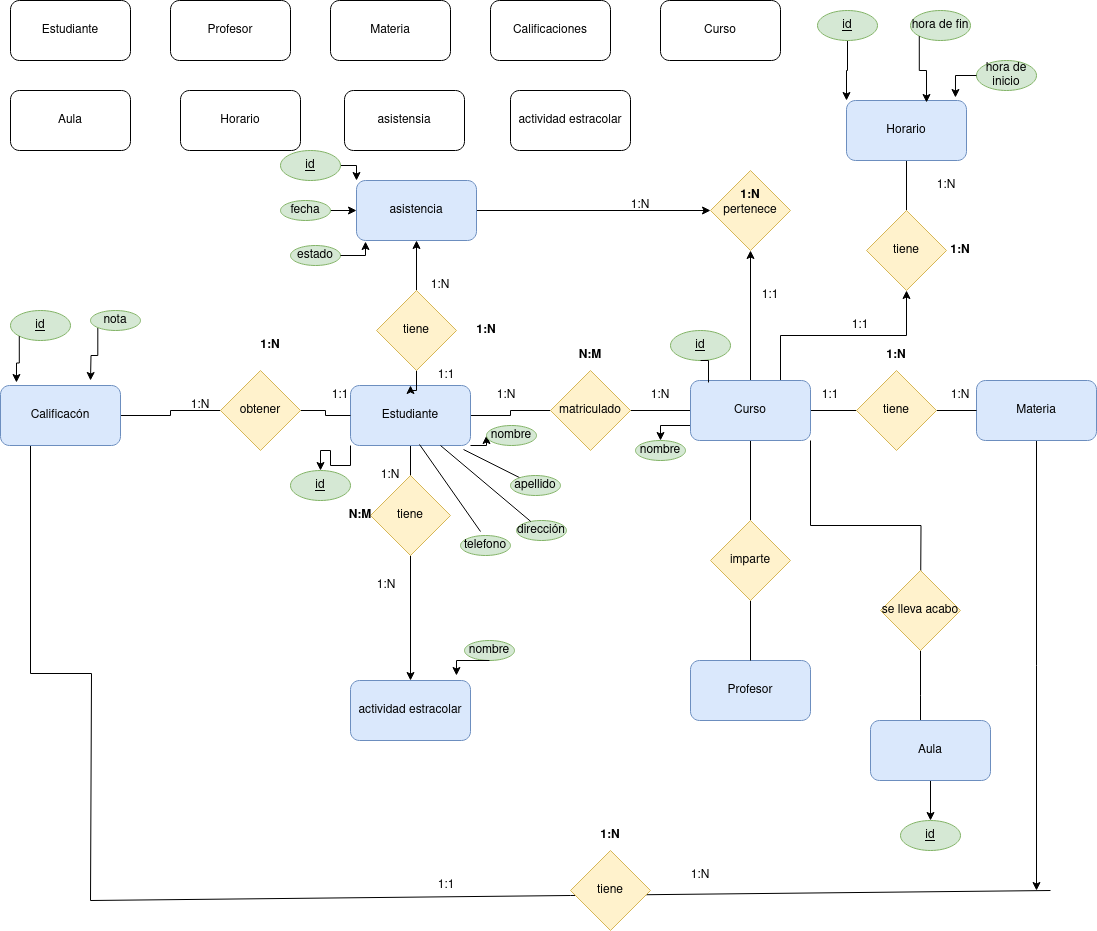
Earlier version of the draw.io export Unidad1/tareas/tarea2/Diagrama sin título.drawio.png (lalayond/base-datos-). Source tidied: cells renumbered, new cells last; positions are measured from the earlier drawing's top-left corner, leaving out a move shared by most shapes.
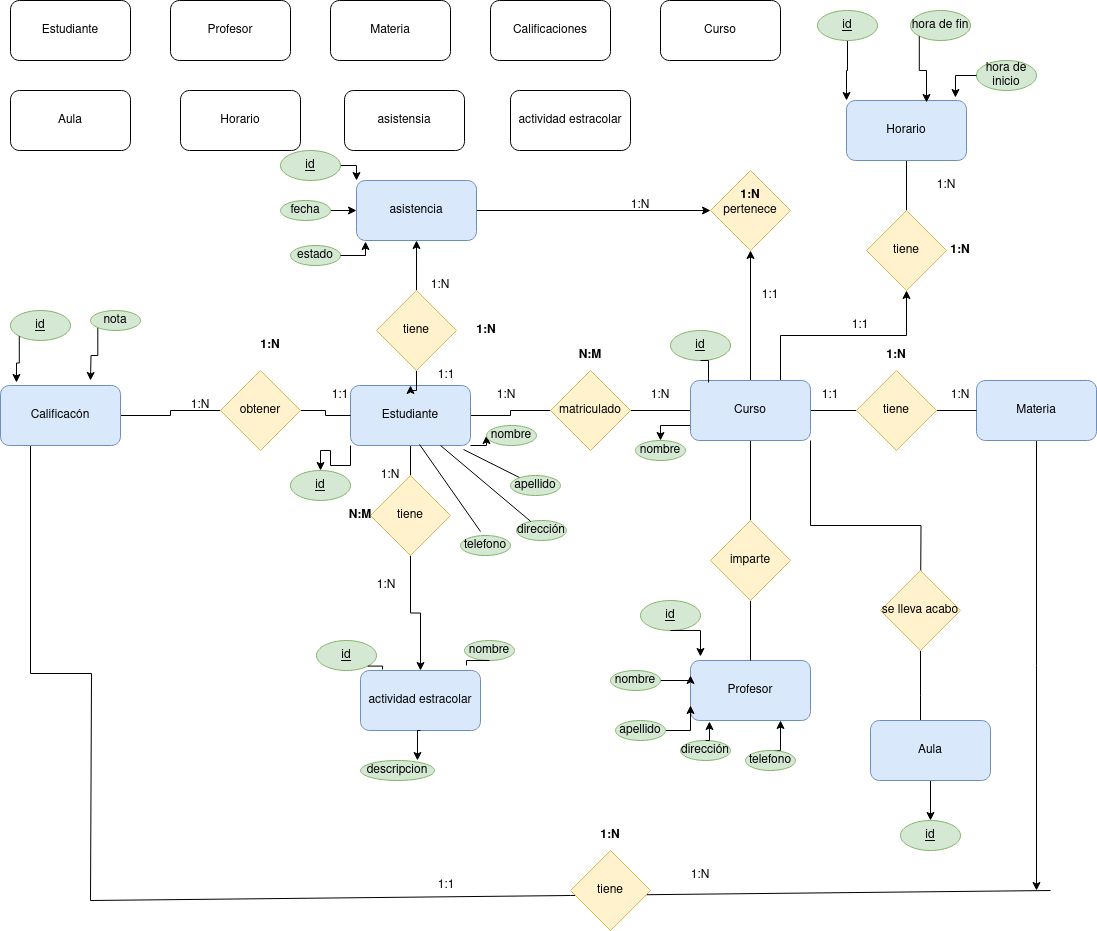
Above is the later version.

What changed in the source:
```diff
@@ -147,7 +147,7 @@
       <mxGeometry x="560" y="340" width="60" height="30" as="geometry" />
     </mxCell>
     <mxCell id="46" value="actividad estracolar" style="rounded=1;whiteSpace=wrap;html=1;fillColor=#dae8fc;strokeColor=#6c8ebf;" parent="1" vertex="1">
-      <mxGeometry x="350" y="680" width="120" height="60" as="geometry" />
+      <mxGeometry x="360" y="670" width="120" height="60" as="geometry" />
     </mxCell>
     <mxCell id="47" style="edgeStyle=orthogonalEdgeStyle;rounded=0;jettySize=auto;html=1;exitX=0.5;exitY=1;exitDx=0;exitDy=0;" parent="1" edge="1" source="48" target="46">
       <mxGeometry relative="1" as="geometry" />
@@ -343,8 +343,50 @@
     <mxCell id="107" value="nombre" style="ellipse;whiteSpace=wrap;html=1;fillColor=#d5e8d4;strokeColor=#82b366;" parent="1" vertex="1">
       <mxGeometry x="464" y="640" width="50" height="20" as="geometry" />
     </mxCell>
-    <mxCell id="108" style="edgeStyle=orthogonalEdgeStyle;rounded=0;jettySize=auto;html=1;exitX=0.5;exitY=1;exitDx=0;exitDy=0;entryX=0.883;entryY=-0.083;entryDx=0;entryDy=0;entryPerimeter=0;" parent="1" edge="1" source="107" target="46">
+    <mxCell id="108" style="edgeStyle=orthogonalEdgeStyle;rounded=0;jettySize=auto;html=1;exitX=0.5;exitY=1;exitDx=0;exitDy=0;entryX=0.883;entryY=-0.083;entryDx=0;entryDy=0;entryPerimeter=0;endArrow=none;endFill=0;" parent="1" edge="1" source="107" target="46">
       <mxGeometry relative="1" as="geometry" />
     </mxCell>
+    <mxCell id="109" value="id" style="ellipse;whiteSpace=wrap;html=1;fontStyle=4;fillColor=#d5e8d4;strokeColor=#82b366;" parent="1" vertex="1">
+      <mxGeometry x="640" y="600" width="60" height="30" as="geometry" />
+    </mxCell>
+    <mxCell id="110" style="edgeStyle=orthogonalEdgeStyle;rounded=0;jettySize=auto;html=1;exitX=0.5;exitY=1;exitDx=0;exitDy=0;entryX=0.083;entryY=-0.067;entryDx=0;entryDy=0;entryPerimeter=0;" parent="1" edge="1" source="109" target="14">
+      <mxGeometry relative="1" as="geometry" />
+    </mxCell>
+    <mxCell id="111" style="edgeStyle=orthogonalEdgeStyle;rounded=0;jettySize=auto;html=1;exitX=1;exitY=0.5;exitDx=0;exitDy=0;entryX=0;entryY=0.25;entryDx=0;entryDy=0;" parent="1" edge="1" source="112" target="14">
+      <mxGeometry relative="1" as="geometry" />
+    </mxCell>
+    <mxCell id="112" value="nombre" style="ellipse;whiteSpace=wrap;html=1;fillColor=#d5e8d4;strokeColor=#82b366;" parent="1" vertex="1">
+      <mxGeometry x="610" y="670" width="50" height="20" as="geometry" />
+    </mxCell>
+    <mxCell id="113" style="edgeStyle=orthogonalEdgeStyle;rounded=0;jettySize=auto;html=1;exitX=1;exitY=0.5;exitDx=0;exitDy=0;entryX=0;entryY=0.75;entryDx=0;entryDy=0;" parent="1" edge="1" source="114" target="14">
+      <mxGeometry relative="1" as="geometry" />
+    </mxCell>
+    <mxCell id="114" value="apellido" style="ellipse;whiteSpace=wrap;html=1;fillColor=#d5e8d4;strokeColor=#82b366;" parent="1" vertex="1">
+      <mxGeometry x="615" y="720" width="50" height="20" as="geometry" />
+    </mxCell>
+    <mxCell id="115" value="dirección" style="ellipse;whiteSpace=wrap;html=1;fillColor=#d5e8d4;strokeColor=#82b366;" parent="1" vertex="1">
+      <mxGeometry x="680" y="740" width="50" height="20" as="geometry" />
+    </mxCell>
+    <mxCell id="116" style="edgeStyle=orthogonalEdgeStyle;rounded=0;jettySize=auto;html=1;exitX=0.5;exitY=0;exitDx=0;exitDy=0;entryX=0.75;entryY=1;entryDx=0;entryDy=0;" parent="1" edge="1" source="117" target="14">
+      <mxGeometry relative="1" as="geometry" />
+    </mxCell>
+    <mxCell id="117" value="telefono" style="ellipse;whiteSpace=wrap;html=1;fillColor=#d5e8d4;strokeColor=#82b366;" parent="1" vertex="1">
+      <mxGeometry x="745" y="750" width="50" height="20" as="geometry" />
+    </mxCell>
+    <mxCell id="118" style="edgeStyle=orthogonalEdgeStyle;rounded=0;jettySize=auto;html=1;exitX=0.5;exitY=0;exitDx=0;exitDy=0;entryX=0.158;entryY=1.017;entryDx=0;entryDy=0;entryPerimeter=0;" parent="1" edge="1" source="115" target="14">
+      <mxGeometry relative="1" as="geometry" />
+    </mxCell>
+    <mxCell id="119" value="id" style="ellipse;whiteSpace=wrap;html=1;fontStyle=4;fillColor=#d5e8d4;strokeColor=#82b366;" parent="1" vertex="1">
+      <mxGeometry x="316" y="640" width="60" height="30" as="geometry" />
+    </mxCell>
+    <mxCell id="120" style="edgeStyle=orthogonalEdgeStyle;rounded=0;jettySize=auto;html=1;exitX=1;exitY=1;exitDx=0;exitDy=0;entryX=0.183;entryY=-0.017;entryDx=0;entryDy=0;entryPerimeter=0;endArrow=none;endFill=0;" parent="1" edge="1" source="119" target="46">
+      <mxGeometry relative="1" as="geometry" />
+    </mxCell>
+    <mxCell id="121" value="descripcion" style="ellipse;whiteSpace=wrap;html=1;fillColor=#d5e8d4;strokeColor=#82b366;" parent="1" vertex="1">
+      <mxGeometry x="360" y="760" width="74" height="20" as="geometry" />
+    </mxCell>
+    <mxCell id="122" style="edgeStyle=orthogonalEdgeStyle;rounded=0;jettySize=auto;html=1;exitX=0.5;exitY=1;exitDx=0;exitDy=0;entryX=0.77;entryY=0;entryDx=0;entryDy=0;entryPerimeter=0;" parent="1" edge="1" source="46" target="121">
+      <mxGeometry relative="1" as="geometry" />
+    </mxCell>
   </root>
 </mxGraphModel>
```
